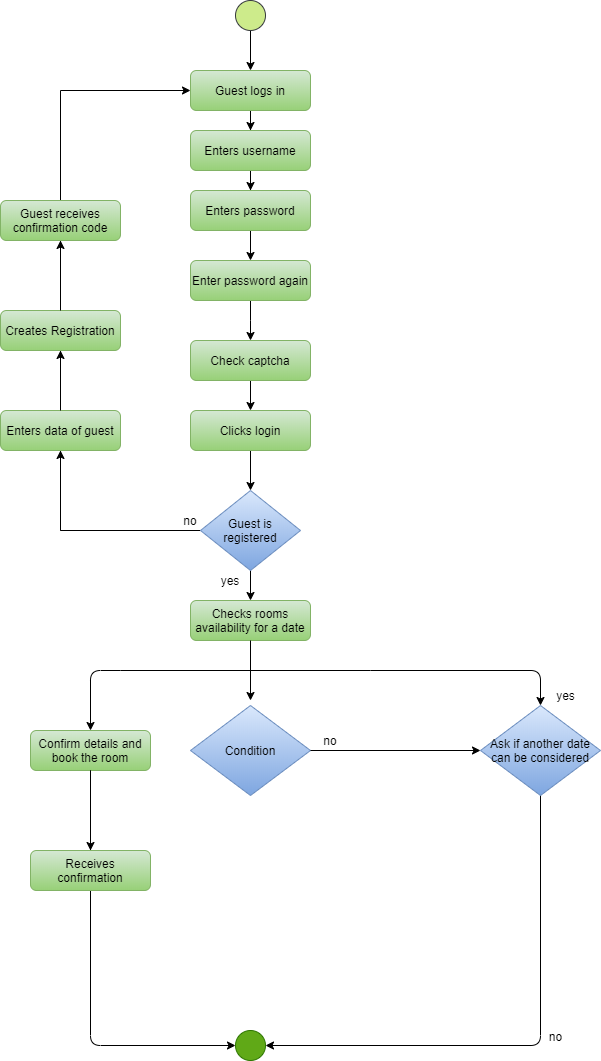
Above: Diagrams/Activity Diagram/booking of guest.png in Sonja17/Hotel-Management-System (draw.io), before the change. Source tidied: cells renumbered, new cells last; positions are measured from the earlier drawing's top-left corner, leaving out a move shared by most shapes.
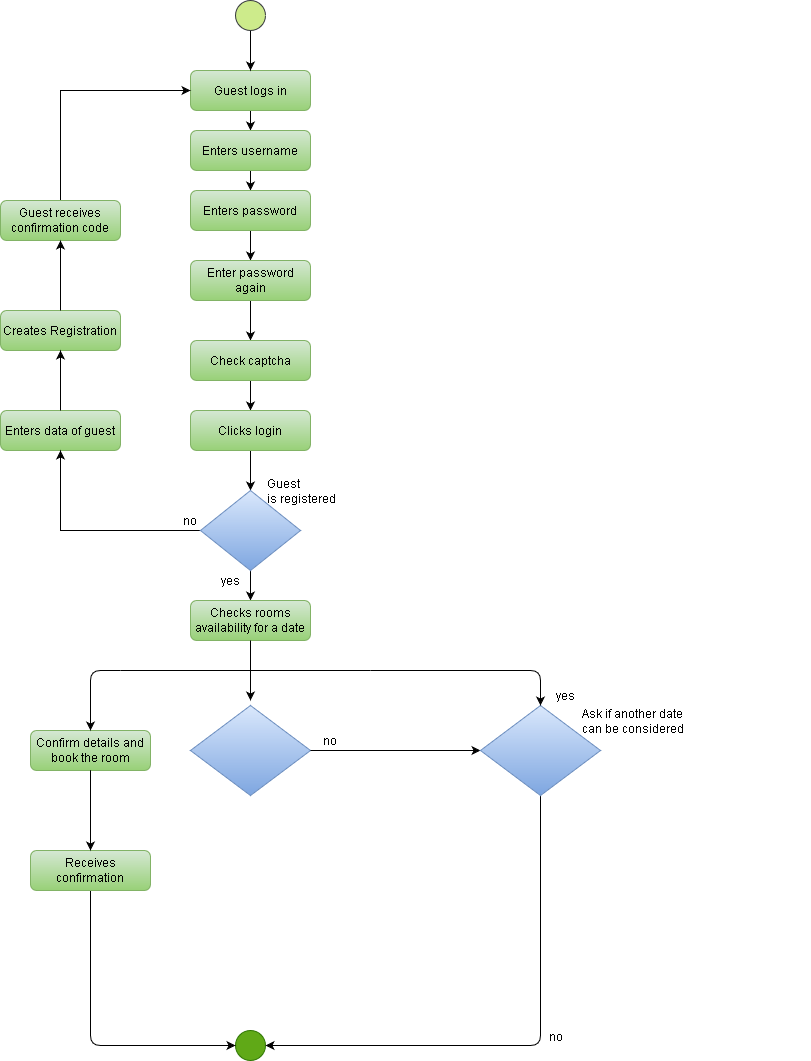
After the commit.

Change to the diagram source:
```diff
@@ -65,7 +65,7 @@
         </Array>
       </mxGeometry>
     </mxCell>
-    <mxCell id="15" value="Guest is registered" style="rhombus;whiteSpace=wrap;html=1;fillColor=#dae8fc;strokeColor=#6c8ebf;gradientColor=#7ea6e0;" parent="1" vertex="1">
+    <mxCell id="15" style="rhombus;whiteSpace=wrap;html=1;fillColor=#dae8fc;strokeColor=#6c8ebf;gradientColor=#7ea6e0;" parent="1" vertex="1">
       <mxGeometry x="200" y="490" width="100" height="80" as="geometry" />
     </mxCell>
     <mxCell id="16" style="edgeStyle=orthogonalEdgeStyle;rounded=0;orthogonalLoop=1;jettySize=auto;html=1;" parent="1" edge="1">
@@ -103,7 +103,7 @@
         <mxPoint x="250" y="700" as="targetPoint" />
       </mxGeometry>
     </mxCell>
-    <mxCell id="26" value="Condition" style="rhombus;whiteSpace=wrap;html=1;fillColor=#dae8fc;strokeColor=#6c8ebf;gradientColor=#7ea6e0;" parent="1" vertex="1">
+    <mxCell id="26" style="rhombus;whiteSpace=wrap;html=1;fillColor=#dae8fc;strokeColor=#6c8ebf;gradientColor=#7ea6e0;" parent="1" vertex="1">
       <mxGeometry x="190" y="705" width="120" height="90" as="geometry" />
     </mxCell>
     <mxCell id="27" style="endArrow=none;html=1;" parent="1" edge="1">
@@ -167,7 +167,7 @@
     <mxCell id="39" value="yes" style="text;html=1;align=center;verticalAlign=middle;" parent="1" vertex="1">
       <mxGeometry x="550" y="685" width="30" height="20" as="geometry" />
     </mxCell>
-    <mxCell id="40" value="Ask if another date can be considered" style="rhombus;whiteSpace=wrap;html=1;fillColor=#dae8fc;strokeColor=#6c8ebf;gradientColor=#7ea6e0;" parent="1" vertex="1">
+    <mxCell id="40" style="rhombus;whiteSpace=wrap;html=1;fillColor=#dae8fc;strokeColor=#6c8ebf;gradientColor=#7ea6e0;" parent="1" vertex="1">
       <mxGeometry x="480" y="705" width="120" height="90" as="geometry" />
     </mxCell>
     <mxCell id="41" style="endArrow=classic;html=1;entryX=0.5;entryY=0;entryDx=0;entryDy=0;" parent="1" edge="1" target="40">
@@ -187,5 +187,11 @@
     <mxCell id="44" value="no" style="text;html=1;align=center;verticalAlign=middle;" parent="1" vertex="1">
       <mxGeometry x="540" y="1026" width="30" height="20" as="geometry" />
     </mxCell>
+    <mxCell id="45" value="&lt;div&gt;Guest&lt;/div&gt;&lt;div&gt; is registered&lt;/div&gt;" style="text;whiteSpace=wrap;html=1;" parent="1" vertex="1">
+      <mxGeometry x="265" y="470" width="130" height="30" as="geometry" />
+    </mxCell>
+    <mxCell id="46" value="&lt;div&gt;Ask if another date&lt;/div&gt;&lt;div&gt; can be considered&lt;/div&gt;" style="text;whiteSpace=wrap;html=1;" parent="1" vertex="1">
+      <mxGeometry x="580" y="700" width="230" height="30" as="geometry" />
+    </mxCell>
   </root>
 </mxGraphModel>
```
